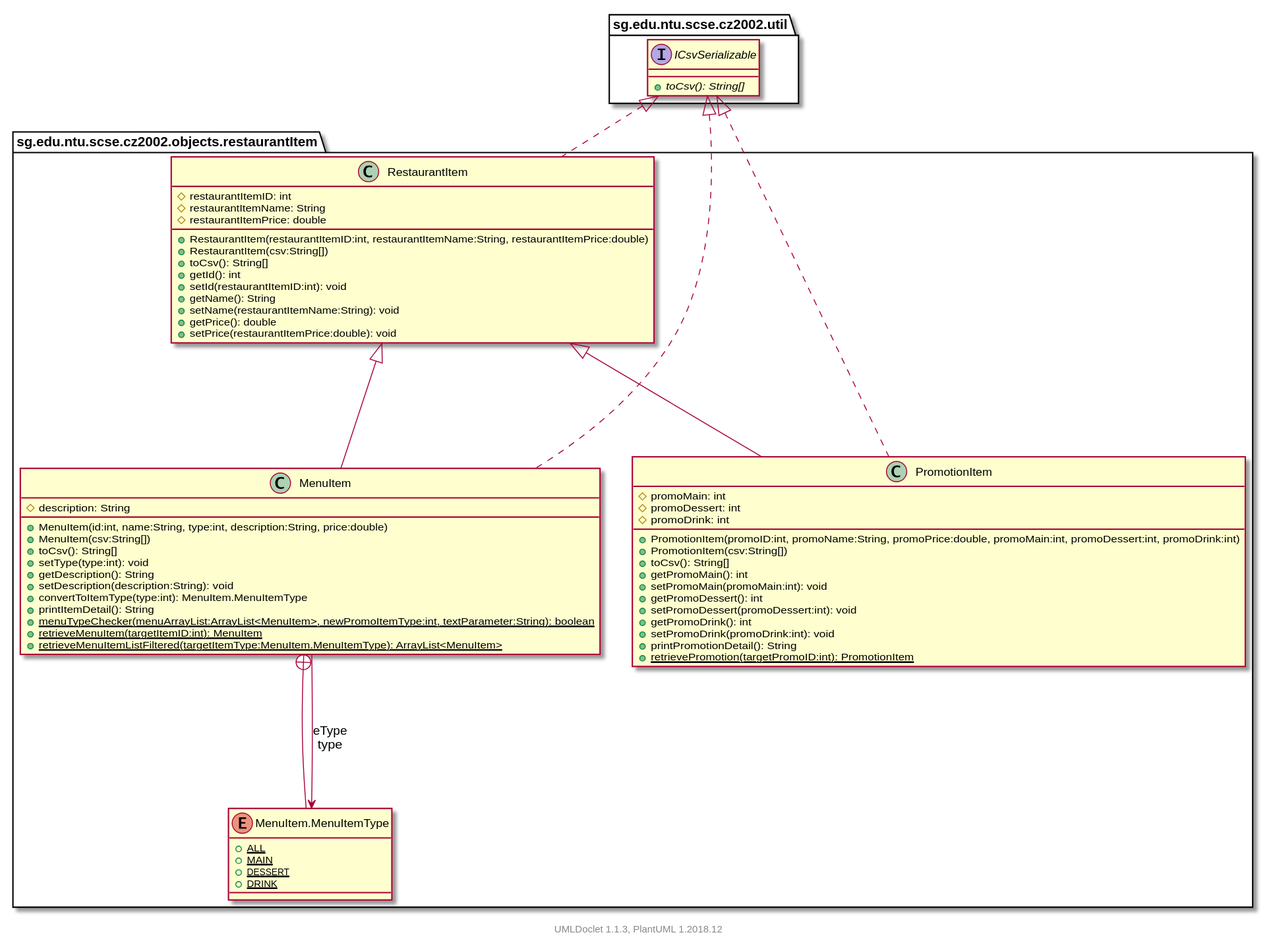
itachi1706/How-to-use-Git-NTUSCSE1819-Site keeps this PlantUML diagram as projects/oodp/html/umlversion/uml/sg.edu.ntu.scse.cz2002.objects.restaurantItem.package.svg. Above is the earlier version.
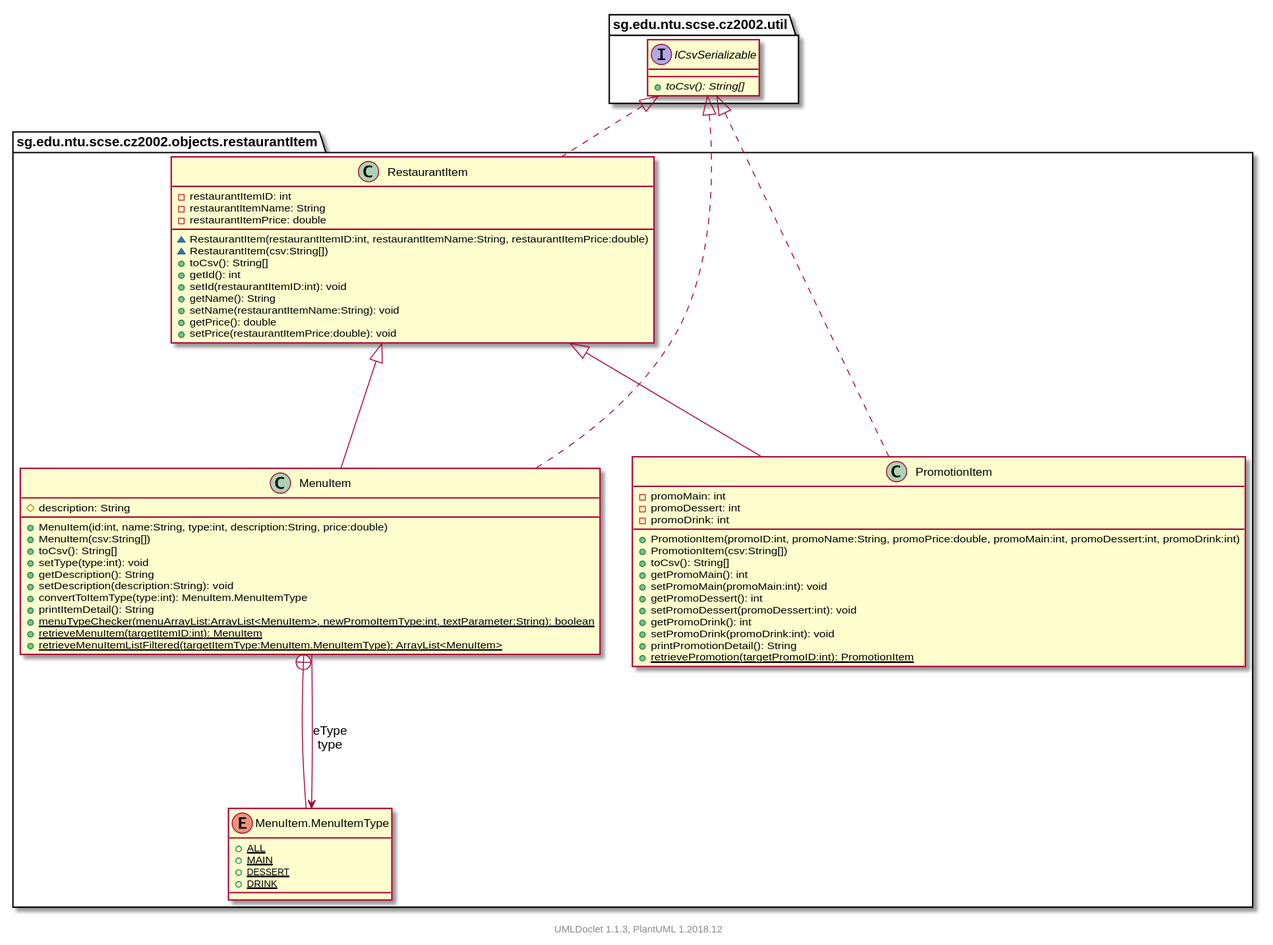
Above is the later version.

Change to the diagram source:
```diff
@@ -25,9 +25,9 @@
         }
 
         class PromotionItem [[../sg/edu/ntu/scse/cz2002/objects/restaurantItem/PromotionItem.html]] {
-            #promoMain: int
-            #promoDessert: int
-            #promoDrink: int
+            -promoMain: int
+            -promoDessert: int
+            -promoDrink: int
             +PromotionItem(promoID:int, promoName:String, promoPrice:double, promoMain:int, promoDessert:int, promoDrink:int)
             +PromotionItem(csv:String[])
             +toCsv(): String[]
@@ -42,11 +42,11 @@
         }
 
         class RestaurantItem [[../sg/edu/ntu/scse/cz2002/objects/restaurantItem/RestaurantItem.html]] {
-            #restaurantItemID: int
-            #restaurantItemName: String
-            #restaurantItemPrice: double
-            +RestaurantItem(restaurantItemID:int, restaurantItemName:String, restaurantItemPrice:double)
-            +RestaurantItem(csv:String[])
+            -restaurantItemID: int
+            -restaurantItemName: String
+            -restaurantItemPrice: double
+            ~RestaurantItem(restaurantItemID:int, restaurantItemName:String, restaurantItemPrice:double)
+            ~RestaurantItem(csv:String[])
             +toCsv(): String[]
             +getId(): int
             +setId(restaurantItemID:int): void
```
